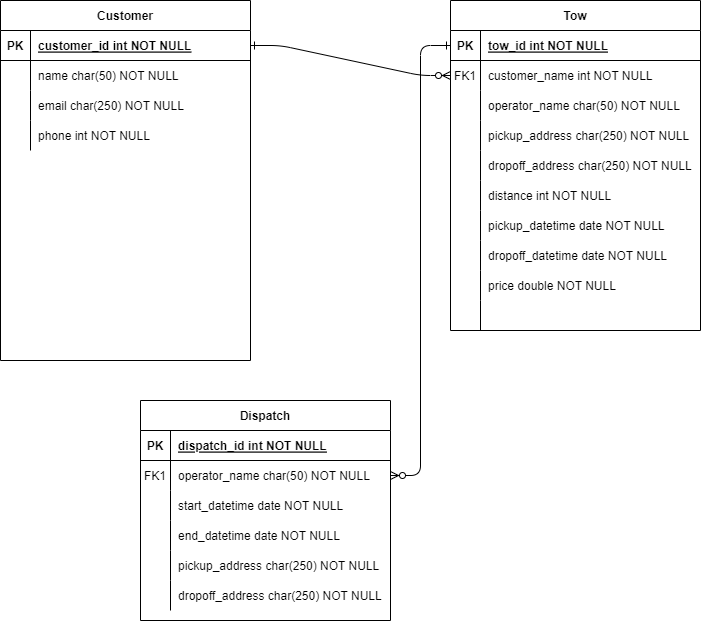
Earlier version of the draw.io export r2w_ERD-editable.drawio.png (nonicrook/Rescue2Wheel). Source tidied: cells renumbered, new cells last; positions are measured from the earlier drawing's top-left corner, leaving out a move shared by most shapes.
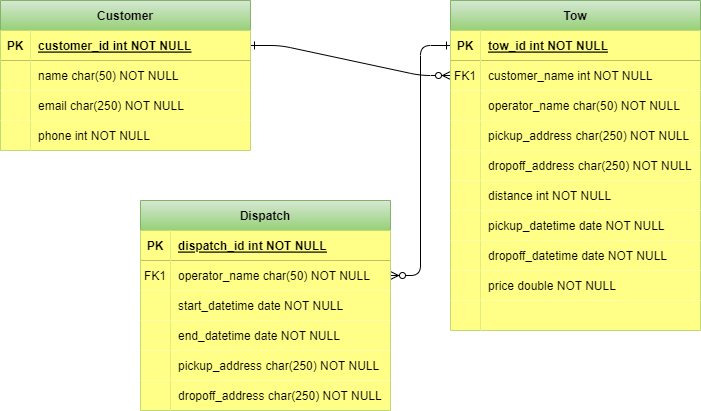
Above is the later version.

Commit message:
update r2w_ERD theme

Change to the diagram source:
```diff
@@ -8,193 +8,193 @@
     <mxCell id="3" style="edgeStyle=entityRelationEdgeStyle;endArrow=ERzeroToMany;startArrow=ERone;endFill=1;startFill=0;" parent="1" edge="1" source="5" target="39">
       <mxGeometry relative="1" as="geometry" />
     </mxCell>
-    <mxCell id="4" value="Tow" style="shape=table;startSize=30;rowLines=0;fontStyle=1;align=center;" parent="1" vertex="1">
+    <mxCell id="4" value="Tow" style="shape=table;startSize=30;rowLines=0;fontStyle=1;align=center;fillColor=#d5e8d4;gradientColor=#97d077;strokeColor=#82b366;" parent="1" vertex="1">
       <mxGeometry x="450" width="250" height="330" as="geometry" />
     </mxCell>
     <mxCell id="5" style="shape=partialRectangle;fillColor=none;points=[[0,0.5],[1,0.5]];portConstraint=eastwest;top=0;left=0;right=0;bottom=1;" parent="4" vertex="1">
       <mxGeometry y="30" width="250" height="30" as="geometry" />
     </mxCell>
-    <mxCell id="6" value="PK" style="shape=partialRectangle;overflow=hidden;fillColor=none;top=0;left=0;bottom=0;right=0;fontStyle=1;" parent="5" vertex="1">
+    <mxCell id="6" value="PK" style="shape=partialRectangle;overflow=hidden;fillColor=#ffff88;top=0;left=0;bottom=0;right=0;fontStyle=1;strokeColor=#36393d;" parent="5" vertex="1">
       <mxGeometry width="30" height="30" as="geometry" />
     </mxCell>
-    <mxCell id="7" value="tow_id int NOT NULL " style="shape=partialRectangle;overflow=hidden;fillColor=none;top=0;left=0;bottom=0;right=0;align=left;spacingLeft=6;fontStyle=5;" parent="5" vertex="1">
+    <mxCell id="7" value="tow_id int NOT NULL " style="shape=partialRectangle;overflow=hidden;fillColor=#ffff88;top=0;left=0;bottom=0;right=0;align=left;spacingLeft=6;fontStyle=5;strokeColor=#36393d;" parent="5" vertex="1">
       <mxGeometry x="30" width="220" height="30" as="geometry" />
     </mxCell>
     <mxCell id="8" style="shape=partialRectangle;fillColor=none;points=[[0,0.5],[1,0.5]];portConstraint=eastwest;top=0;left=0;right=0;bottom=0;" parent="4" vertex="1">
       <mxGeometry y="60" width="250" height="30" as="geometry" />
     </mxCell>
-    <mxCell id="9" value="FK1" style="shape=partialRectangle;overflow=hidden;fillColor=none;top=0;left=0;bottom=0;right=0;" parent="8" vertex="1">
+    <mxCell id="9" value="FK1" style="shape=partialRectangle;overflow=hidden;fillColor=#ffff88;top=0;left=0;bottom=0;right=0;strokeColor=#36393d;" parent="8" vertex="1">
       <mxGeometry width="30" height="30" as="geometry" />
     </mxCell>
-    <mxCell id="10" value="customer_name int NOT NULL" style="shape=partialRectangle;overflow=hidden;fillColor=none;top=0;left=0;bottom=0;right=0;align=left;spacingLeft=6;" parent="8" vertex="1">
+    <mxCell id="10" value="customer_name int NOT NULL" style="shape=partialRectangle;overflow=hidden;fillColor=#ffff88;top=0;left=0;bottom=0;right=0;align=left;spacingLeft=6;strokeColor=#36393d;" parent="8" vertex="1">
       <mxGeometry x="30" width="220" height="30" as="geometry" />
     </mxCell>
     <mxCell id="11" style="shape=partialRectangle;fillColor=none;top=0;left=0;right=0;bottom=0;" parent="4" vertex="1">
       <mxGeometry y="90" width="250" height="30" as="geometry" />
     </mxCell>
-    <mxCell id="12" style="shape=partialRectangle;overflow=hidden;fillColor=none;top=0;left=0;bottom=0;right=0;" parent="11" vertex="1">
+    <mxCell id="12" style="shape=partialRectangle;overflow=hidden;fillColor=#ffff88;top=0;left=0;bottom=0;right=0;strokeColor=#36393d;" parent="11" vertex="1">
       <mxGeometry width="30" height="30" as="geometry" />
     </mxCell>
-    <mxCell id="13" value="operator_name char(50) NOT NULL" style="shape=partialRectangle;overflow=hidden;fillColor=none;top=0;left=0;bottom=0;right=0;align=left;spacingLeft=6;" parent="11" vertex="1">
+    <mxCell id="13" value="operator_name char(50) NOT NULL" style="shape=partialRectangle;overflow=hidden;fillColor=#ffff88;top=0;left=0;bottom=0;right=0;align=left;spacingLeft=6;strokeColor=#36393d;" parent="11" vertex="1">
       <mxGeometry x="30" width="220" height="30" as="geometry" />
     </mxCell>
     <mxCell id="14" style="shape=partialRectangle;fillColor=none;top=0;left=0;right=0;bottom=0;" parent="4" vertex="1">
       <mxGeometry y="120" width="250" height="30" as="geometry" />
     </mxCell>
-    <mxCell id="15" style="shape=partialRectangle;overflow=hidden;fillColor=none;top=0;left=0;bottom=0;right=0;" parent="14" vertex="1">
+    <mxCell id="15" style="shape=partialRectangle;overflow=hidden;fillColor=#ffff88;top=0;left=0;bottom=0;right=0;strokeColor=#36393d;" parent="14" vertex="1">
       <mxGeometry width="30" height="30" as="geometry" />
     </mxCell>
-    <mxCell id="16" value="pickup_address char(250) NOT NULL" style="shape=partialRectangle;overflow=hidden;fillColor=none;top=0;left=0;bottom=0;right=0;align=left;spacingLeft=6;" parent="14" vertex="1">
+    <mxCell id="16" value="pickup_address char(250) NOT NULL" style="shape=partialRectangle;overflow=hidden;fillColor=#ffff88;top=0;left=0;bottom=0;right=0;align=left;spacingLeft=6;strokeColor=#36393d;" parent="14" vertex="1">
       <mxGeometry x="30" width="220" height="30" as="geometry" />
     </mxCell>
     <mxCell id="17" style="shape=partialRectangle;fillColor=none;top=0;left=0;right=0;bottom=0;" parent="4" vertex="1">
       <mxGeometry y="150" width="250" height="30" as="geometry" />
     </mxCell>
-    <mxCell id="18" style="shape=partialRectangle;overflow=hidden;fillColor=none;top=0;left=0;bottom=0;right=0;" parent="17" vertex="1">
+    <mxCell id="18" style="shape=partialRectangle;overflow=hidden;fillColor=#ffff88;top=0;left=0;bottom=0;right=0;strokeColor=#36393d;" parent="17" vertex="1">
       <mxGeometry width="30" height="30" as="geometry" />
     </mxCell>
-    <mxCell id="19" value="dropoff_address char(250) NOT NULL" style="shape=partialRectangle;overflow=hidden;fillColor=none;top=0;left=0;bottom=0;right=0;align=left;spacingLeft=6;" parent="17" vertex="1">
+    <mxCell id="19" value="dropoff_address char(250) NOT NULL" style="shape=partialRectangle;overflow=hidden;fillColor=#ffff88;top=0;left=0;bottom=0;right=0;align=left;spacingLeft=6;strokeColor=#36393d;" parent="17" vertex="1">
       <mxGeometry x="30" width="220" height="30" as="geometry" />
     </mxCell>
     <mxCell id="20" style="shape=partialRectangle;fillColor=none;top=0;left=0;right=0;bottom=0;" parent="4" vertex="1">
       <mxGeometry y="180" width="250" height="30" as="geometry" />
     </mxCell>
-    <mxCell id="21" style="shape=partialRectangle;overflow=hidden;fillColor=none;top=0;left=0;bottom=0;right=0;" parent="20" vertex="1">
+    <mxCell id="21" style="shape=partialRectangle;overflow=hidden;fillColor=#ffff88;top=0;left=0;bottom=0;right=0;strokeColor=#36393d;" parent="20" vertex="1">
       <mxGeometry width="30" height="30" as="geometry" />
     </mxCell>
-    <mxCell id="22" value="distance int NOT NULL" style="shape=partialRectangle;overflow=hidden;fillColor=none;top=0;left=0;bottom=0;right=0;align=left;spacingLeft=6;" parent="20" vertex="1">
+    <mxCell id="22" value="distance int NOT NULL" style="shape=partialRectangle;overflow=hidden;fillColor=#ffff88;top=0;left=0;bottom=0;right=0;align=left;spacingLeft=6;strokeColor=#36393d;" parent="20" vertex="1">
       <mxGeometry x="30" width="220" height="30" as="geometry" />
     </mxCell>
     <mxCell id="23" style="shape=partialRectangle;fillColor=none;top=0;left=0;right=0;bottom=0;" parent="4" vertex="1">
       <mxGeometry y="210" width="250" height="30" as="geometry" />
     </mxCell>
-    <mxCell id="24" style="shape=partialRectangle;overflow=hidden;fillColor=none;top=0;left=0;bottom=0;right=0;" parent="23" vertex="1">
+    <mxCell id="24" style="shape=partialRectangle;overflow=hidden;fillColor=#ffff88;top=0;left=0;bottom=0;right=0;strokeColor=#36393d;" parent="23" vertex="1">
       <mxGeometry width="30" height="30" as="geometry" />
     </mxCell>
-    <mxCell id="25" value="pickup_datetime date NOT NULL" style="shape=partialRectangle;overflow=hidden;fillColor=none;top=0;left=0;bottom=0;right=0;align=left;spacingLeft=6;" parent="23" vertex="1">
+    <mxCell id="25" value="pickup_datetime date NOT NULL" style="shape=partialRectangle;overflow=hidden;fillColor=#ffff88;top=0;left=0;bottom=0;right=0;align=left;spacingLeft=6;strokeColor=#36393d;" parent="23" vertex="1">
       <mxGeometry x="30" width="220" height="30" as="geometry" />
     </mxCell>
     <mxCell id="26" style="shape=partialRectangle;fillColor=none;top=0;left=0;right=0;bottom=0;" parent="4" vertex="1">
       <mxGeometry y="240" width="250" height="30" as="geometry" />
     </mxCell>
-    <mxCell id="27" style="shape=partialRectangle;overflow=hidden;fillColor=none;top=0;left=0;bottom=0;right=0;" parent="26" vertex="1">
+    <mxCell id="27" style="shape=partialRectangle;overflow=hidden;fillColor=#ffff88;top=0;left=0;bottom=0;right=0;strokeColor=#36393d;" parent="26" vertex="1">
       <mxGeometry width="30" height="30" as="geometry" />
     </mxCell>
-    <mxCell id="28" value="dropoff_datetime date NOT NULL" style="shape=partialRectangle;overflow=hidden;fillColor=none;top=0;left=0;bottom=0;right=0;align=left;spacingLeft=6;" parent="26" vertex="1">
+    <mxCell id="28" value="dropoff_datetime date NOT NULL" style="shape=partialRectangle;overflow=hidden;fillColor=#ffff88;top=0;left=0;bottom=0;right=0;align=left;spacingLeft=6;strokeColor=#36393d;" parent="26" vertex="1">
       <mxGeometry x="30" width="220" height="30" as="geometry" />
     </mxCell>
     <mxCell id="29" style="shape=partialRectangle;fillColor=none;top=0;left=0;right=0;bottom=0;" parent="4" vertex="1">
       <mxGeometry y="270" width="250" height="30" as="geometry" />
     </mxCell>
-    <mxCell id="30" style="shape=partialRectangle;overflow=hidden;fillColor=none;top=0;left=0;bottom=0;right=0;" parent="29" vertex="1">
+    <mxCell id="30" style="shape=partialRectangle;overflow=hidden;fillColor=#ffff88;top=0;left=0;bottom=0;right=0;strokeColor=#36393d;" parent="29" vertex="1">
       <mxGeometry width="30" height="30" as="geometry" />
     </mxCell>
-    <mxCell id="31" value="price double NOT NULL" style="shape=partialRectangle;overflow=hidden;fillColor=none;top=0;left=0;bottom=0;right=0;align=left;spacingLeft=6;" parent="29" vertex="1">
+    <mxCell id="31" value="price double NOT NULL" style="shape=partialRectangle;overflow=hidden;fillColor=#ffff88;top=0;left=0;bottom=0;right=0;align=left;spacingLeft=6;strokeColor=#36393d;" parent="29" vertex="1">
       <mxGeometry x="30" width="220" height="30" as="geometry" />
     </mxCell>
     <mxCell id="32" style="shape=partialRectangle;fillColor=none;top=0;left=0;right=0;bottom=0;" parent="4" vertex="1">
       <mxGeometry y="300" width="250" height="30" as="geometry" />
     </mxCell>
-    <mxCell id="33" style="shape=partialRectangle;overflow=hidden;fillColor=none;top=0;left=0;bottom=0;right=0;" parent="32" vertex="1">
+    <mxCell id="33" style="shape=partialRectangle;overflow=hidden;fillColor=#ffff88;top=0;left=0;bottom=0;right=0;strokeColor=#36393d;" parent="32" vertex="1">
       <mxGeometry width="30" height="30" as="geometry" />
     </mxCell>
-    <mxCell id="34" style="shape=partialRectangle;overflow=hidden;fillColor=none;top=0;left=0;bottom=0;right=0;align=left;spacingLeft=6;" parent="32" vertex="1">
+    <mxCell id="34" style="shape=partialRectangle;overflow=hidden;fillColor=#ffff88;top=0;left=0;bottom=0;right=0;align=left;spacingLeft=6;strokeColor=#36393d;" parent="32" vertex="1">
       <mxGeometry x="30" width="220" height="30" as="geometry" />
     </mxCell>
-    <mxCell id="35" value="Dispatch" style="shape=table;startSize=30;rowLines=0;fontStyle=1;align=center;" parent="1" vertex="1">
-      <mxGeometry x="140" y="400" width="250" height="220" as="geometry" />
+    <mxCell id="35" value="Dispatch" style="shape=table;startSize=30;rowLines=0;fontStyle=1;align=center;fillColor=#d5e8d4;gradientColor=#97d077;strokeColor=#82b366;" parent="1" vertex="1">
+      <mxGeometry x="140" y="200" width="250" height="210" as="geometry" />
     </mxCell>
     <mxCell id="36" style="shape=partialRectangle;fillColor=none;top=0;left=0;right=0;bottom=1;" parent="35" vertex="1">
       <mxGeometry y="30" width="250" height="30" as="geometry" />
     </mxCell>
-    <mxCell id="37" value="PK" style="shape=partialRectangle;overflow=hidden;fillColor=none;top=0;left=0;bottom=0;right=0;fontStyle=1;" parent="36" vertex="1">
+    <mxCell id="37" value="PK" style="shape=partialRectangle;overflow=hidden;fillColor=#ffff88;top=0;left=0;bottom=0;right=0;fontStyle=1;strokeColor=#36393d;" parent="36" vertex="1">
       <mxGeometry width="30" height="30" as="geometry" />
     </mxCell>
-    <mxCell id="38" value="dispatch_id int NOT NULL " style="shape=partialRectangle;overflow=hidden;fillColor=none;top=0;left=0;bottom=0;right=0;align=left;spacingLeft=6;fontStyle=5;" parent="36" vertex="1">
+    <mxCell id="38" value="dispatch_id int NOT NULL " style="shape=partialRectangle;overflow=hidden;fillColor=#ffff88;top=0;left=0;bottom=0;right=0;align=left;spacingLeft=6;fontStyle=5;strokeColor=#36393d;" parent="36" vertex="1">
       <mxGeometry x="30" width="220" height="30" as="geometry" />
     </mxCell>
     <mxCell id="39" style="shape=partialRectangle;fillColor=none;points=[[0,0.5],[1,0.5]];portConstraint=eastwest;top=0;left=0;right=0;bottom=0;" parent="35" vertex="1">
       <mxGeometry y="60" width="250" height="30" as="geometry" />
     </mxCell>
-    <mxCell id="40" value="FK1" style="shape=partialRectangle;overflow=hidden;fillColor=none;top=0;left=0;bottom=0;right=0;" parent="39" vertex="1">
+    <mxCell id="40" value="FK1" style="shape=partialRectangle;overflow=hidden;fillColor=#ffff88;top=0;left=0;bottom=0;right=0;strokeColor=#36393d;" parent="39" vertex="1">
       <mxGeometry width="30" height="30" as="geometry" />
     </mxCell>
-    <mxCell id="41" value="operator_name char(50) NOT NULL" style="shape=partialRectangle;overflow=hidden;fillColor=none;top=0;left=0;bottom=0;right=0;align=left;spacingLeft=6;" parent="39" vertex="1">
+    <mxCell id="41" value="operator_name char(50) NOT NULL" style="shape=partialRectangle;overflow=hidden;fillColor=#ffff88;top=0;left=0;bottom=0;right=0;align=left;spacingLeft=6;strokeColor=#36393d;" parent="39" vertex="1">
       <mxGeometry x="30" width="220" height="30" as="geometry" />
     </mxCell>
     <mxCell id="42" style="shape=partialRectangle;fillColor=none;top=0;left=0;right=0;bottom=0;" parent="35" vertex="1">
       <mxGeometry y="90" width="250" height="30" as="geometry" />
     </mxCell>
-    <mxCell id="43" style="shape=partialRectangle;overflow=hidden;fillColor=none;top=0;left=0;bottom=0;right=0;" parent="42" vertex="1">
+    <mxCell id="43" style="shape=partialRectangle;overflow=hidden;fillColor=#ffff88;top=0;left=0;bottom=0;right=0;strokeColor=#36393d;" parent="42" vertex="1">
       <mxGeometry width="30" height="30" as="geometry" />
     </mxCell>
-    <mxCell id="44" value="start_datetime date NOT NULL" style="shape=partialRectangle;overflow=hidden;fillColor=none;top=0;left=0;bottom=0;right=0;align=left;spacingLeft=6;" parent="42" vertex="1">
+    <mxCell id="44" value="start_datetime date NOT NULL" style="shape=partialRectangle;overflow=hidden;fillColor=#ffff88;top=0;left=0;bottom=0;right=0;align=left;spacingLeft=6;strokeColor=#36393d;" parent="42" vertex="1">
       <mxGeometry x="30" width="220" height="30" as="geometry" />
     </mxCell>
     <mxCell id="45" style="shape=partialRectangle;fillColor=none;top=0;left=0;right=0;bottom=0;" parent="35" vertex="1">
       <mxGeometry y="120" width="250" height="30" as="geometry" />
     </mxCell>
-    <mxCell id="46" style="shape=partialRectangle;overflow=hidden;fillColor=none;top=0;left=0;bottom=0;right=0;" parent="45" vertex="1">
+    <mxCell id="46" style="shape=partialRectangle;overflow=hidden;fillColor=#ffff88;top=0;left=0;bottom=0;right=0;strokeColor=#36393d;" parent="45" vertex="1">
       <mxGeometry width="30" height="30" as="geometry" />
     </mxCell>
-    <mxCell id="47" value="end_datetime date NOT NULL" style="shape=partialRectangle;overflow=hidden;fillColor=none;top=0;left=0;bottom=0;right=0;align=left;spacingLeft=6;" parent="45" vertex="1">
+    <mxCell id="47" value="end_datetime date NOT NULL" style="shape=partialRectangle;overflow=hidden;fillColor=#ffff88;top=0;left=0;bottom=0;right=0;align=left;spacingLeft=6;strokeColor=#36393d;" parent="45" vertex="1">
       <mxGeometry x="30" width="220" height="30" as="geometry" />
     </mxCell>
     <mxCell id="48" style="shape=partialRectangle;fillColor=none;top=0;left=0;right=0;bottom=0;" parent="35" vertex="1">
       <mxGeometry y="150" width="250" height="30" as="geometry" />
     </mxCell>
-    <mxCell id="49" style="shape=partialRectangle;overflow=hidden;fillColor=none;top=0;left=0;bottom=0;right=0;" parent="48" vertex="1">
+    <mxCell id="49" style="shape=partialRectangle;overflow=hidden;fillColor=#ffff88;top=0;left=0;bottom=0;right=0;strokeColor=#36393d;" parent="48" vertex="1">
       <mxGeometry width="30" height="30" as="geometry" />
     </mxCell>
-    <mxCell id="50" value="pickup_address char(250) NOT NULL" style="shape=partialRectangle;overflow=hidden;fillColor=none;top=0;left=0;bottom=0;right=0;align=left;spacingLeft=6;" parent="48" vertex="1">
+    <mxCell id="50" value="pickup_address char(250) NOT NULL" style="shape=partialRectangle;overflow=hidden;fillColor=#ffff88;top=0;left=0;bottom=0;right=0;align=left;spacingLeft=6;strokeColor=#36393d;" parent="48" vertex="1">
       <mxGeometry x="30" width="220" height="30" as="geometry" />
     </mxCell>
     <mxCell id="51" style="shape=partialRectangle;fillColor=none;top=0;left=0;right=0;bottom=0;" parent="35" vertex="1">
       <mxGeometry y="180" width="250" height="30" as="geometry" />
     </mxCell>
-    <mxCell id="52" style="shape=partialRectangle;overflow=hidden;fillColor=none;top=0;left=0;bottom=0;right=0;" parent="51" vertex="1">
+    <mxCell id="52" style="shape=partialRectangle;overflow=hidden;fillColor=#ffff88;top=0;left=0;bottom=0;right=0;strokeColor=#36393d;" parent="51" vertex="1">
       <mxGeometry width="30" height="30" as="geometry" />
     </mxCell>
-    <mxCell id="53" value="dropoff_address char(250) NOT NULL" style="shape=partialRectangle;overflow=hidden;fillColor=none;top=0;left=0;bottom=0;right=0;align=left;spacingLeft=6;" parent="51" vertex="1">
+    <mxCell id="53" value="dropoff_address char(250) NOT NULL" style="shape=partialRectangle;overflow=hidden;fillColor=#ffff88;top=0;left=0;bottom=0;right=0;align=left;spacingLeft=6;strokeColor=#36393d;" parent="51" vertex="1">
       <mxGeometry x="30" width="220" height="30" as="geometry" />
     </mxCell>
-    <mxCell id="54" value="Customer" style="shape=table;startSize=30;rowLines=0;fontStyle=1;align=center;" parent="1" vertex="1">
-      <mxGeometry width="250" height="360" as="geometry" />
+    <mxCell id="54" value="Customer" style="shape=table;startSize=30;rowLines=0;fontStyle=1;align=center;fillColor=#d5e8d4;gradientColor=#97d077;strokeColor=#82b366;" parent="1" vertex="1">
+      <mxGeometry width="250" height="150" as="geometry" />
     </mxCell>
     <mxCell id="55" style="shape=partialRectangle;fillColor=none;points=[[0,0.5],[1,0.5]];portConstraint=eastwest;top=0;left=0;right=0;bottom=1;" parent="54" vertex="1">
       <mxGeometry y="30" width="250" height="30" as="geometry" />
     </mxCell>
-    <mxCell id="56" value="PK" style="shape=partialRectangle;overflow=hidden;fillColor=none;top=0;left=0;bottom=0;right=0;fontStyle=1;" parent="55" vertex="1">
+    <mxCell id="56" value="PK" style="shape=partialRectangle;overflow=hidden;fillColor=#ffff88;top=0;left=0;bottom=0;right=0;fontStyle=1;strokeColor=#36393d;" parent="55" vertex="1">
       <mxGeometry width="30" height="30" as="geometry" />
     </mxCell>
-    <mxCell id="57" value="customer_id int NOT NULL " style="shape=partialRectangle;overflow=hidden;fillColor=none;top=0;left=0;bottom=0;right=0;align=left;spacingLeft=6;fontStyle=5;" parent="55" vertex="1">
+    <mxCell id="57" value="customer_id int NOT NULL " style="shape=partialRectangle;overflow=hidden;fillColor=#ffff88;top=0;left=0;bottom=0;right=0;align=left;spacingLeft=6;fontStyle=5;strokeColor=#36393d;" parent="55" vertex="1">
       <mxGeometry x="30" width="220" height="30" as="geometry" />
     </mxCell>
     <mxCell id="58" style="shape=partialRectangle;fillColor=none;top=0;left=0;right=0;bottom=0;" parent="54" vertex="1">
       <mxGeometry y="60" width="250" height="30" as="geometry" />
     </mxCell>
-    <mxCell id="59" style="shape=partialRectangle;overflow=hidden;fillColor=none;top=0;left=0;bottom=0;right=0;" parent="58" vertex="1">
+    <mxCell id="59" style="shape=partialRectangle;overflow=hidden;fillColor=#ffff88;top=0;left=0;bottom=0;right=0;strokeColor=#36393d;" parent="58" vertex="1">
       <mxGeometry width="30" height="30" as="geometry" />
     </mxCell>
-    <mxCell id="60" value="name char(50) NOT NULL" style="shape=partialRectangle;overflow=hidden;fillColor=none;top=0;left=0;bottom=0;right=0;align=left;spacingLeft=6;" parent="58" vertex="1">
+    <mxCell id="60" value="name char(50) NOT NULL" style="shape=partialRectangle;overflow=hidden;fillColor=#ffff88;top=0;left=0;bottom=0;right=0;align=left;spacingLeft=6;strokeColor=#36393d;" parent="58" vertex="1">
       <mxGeometry x="30" width="220" height="30" as="geometry" />
     </mxCell>
     <mxCell id="61" style="shape=partialRectangle;fillColor=none;top=0;left=0;right=0;bottom=0;" parent="54" vertex="1">
       <mxGeometry y="90" width="250" height="30" as="geometry" />
     </mxCell>
-    <mxCell id="62" style="shape=partialRectangle;overflow=hidden;fillColor=none;top=0;left=0;bottom=0;right=0;" parent="61" vertex="1">
+    <mxCell id="62" style="shape=partialRectangle;overflow=hidden;fillColor=#ffff88;top=0;left=0;bottom=0;right=0;strokeColor=#36393d;" parent="61" vertex="1">
       <mxGeometry width="30" height="30" as="geometry" />
     </mxCell>
-    <mxCell id="63" value="email char(250) NOT NULL" style="shape=partialRectangle;overflow=hidden;fillColor=none;top=0;left=0;bottom=0;right=0;align=left;spacingLeft=6;" parent="61" vertex="1">
+    <mxCell id="63" value="email char(250) NOT NULL" style="shape=partialRectangle;overflow=hidden;fillColor=#ffff88;top=0;left=0;bottom=0;right=0;align=left;spacingLeft=6;strokeColor=#36393d;" parent="61" vertex="1">
       <mxGeometry x="30" width="220" height="30" as="geometry" />
     </mxCell>
     <mxCell id="64" style="shape=partialRectangle;fillColor=none;top=0;left=0;right=0;bottom=0;" parent="54" vertex="1">
       <mxGeometry y="120" width="250" height="30" as="geometry" />
     </mxCell>
-    <mxCell id="65" style="shape=partialRectangle;overflow=hidden;fillColor=none;top=0;left=0;bottom=0;right=0;" parent="64" vertex="1">
+    <mxCell id="65" style="shape=partialRectangle;overflow=hidden;fillColor=#ffff88;top=0;left=0;bottom=0;right=0;strokeColor=#36393d;" parent="64" vertex="1">
       <mxGeometry width="30" height="30" as="geometry" />
     </mxCell>
-    <mxCell id="66" value="phone int NOT NULL" style="shape=partialRectangle;overflow=hidden;fillColor=none;top=0;left=0;bottom=0;right=0;align=left;spacingLeft=6;" parent="64" vertex="1">
+    <mxCell id="66" value="phone int NOT NULL" style="shape=partialRectangle;overflow=hidden;fillColor=#ffff88;top=0;left=0;bottom=0;right=0;align=left;spacingLeft=6;strokeColor=#36393d;" parent="64" vertex="1">
       <mxGeometry x="30" width="220" height="30" as="geometry" />
     </mxCell>
   </root>
```
